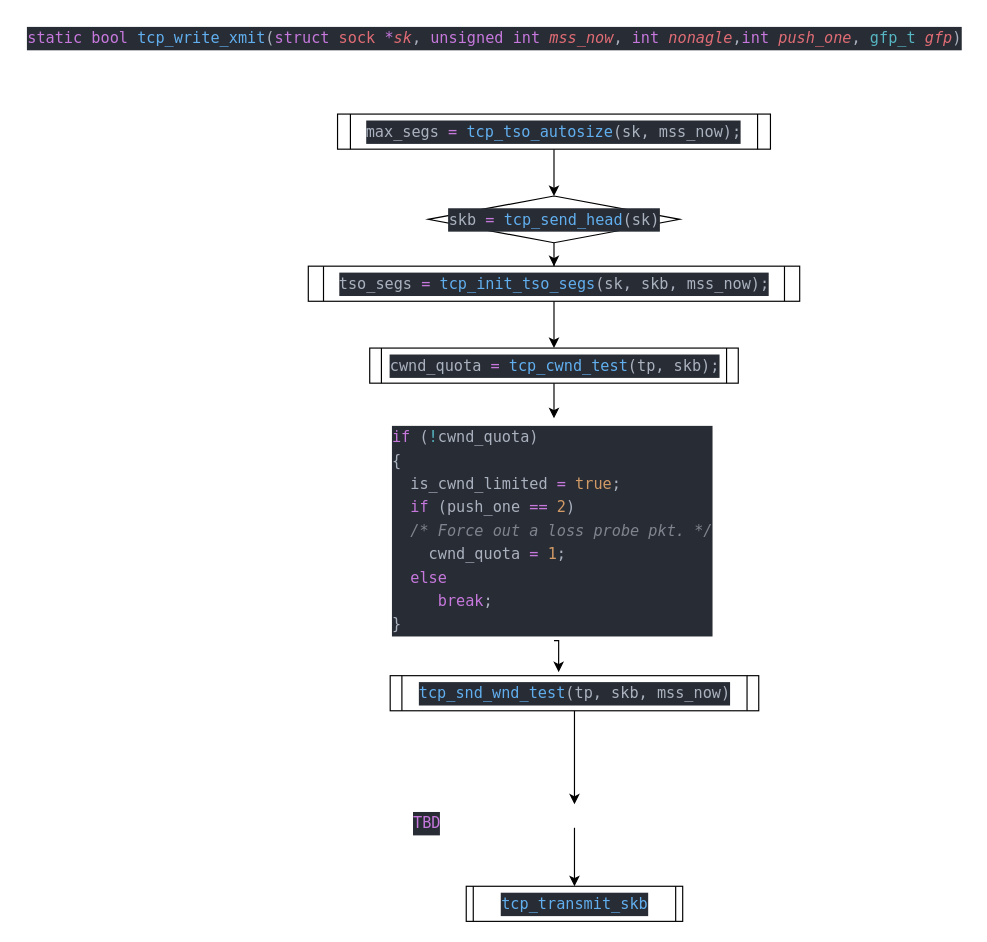
The draw.io diagram annotation/network/tcp/tcp_write_xmit.drawio in ChaosXu/linux-src-annotated, before the edit. Source tidied: cells renumbered, new cells numbered last; positions are measured from the earlier drawing's top-left corner, leaving out a move shared by most shapes. Both pictures are drawn from the tidied source at 117%, with x=0, y=0 at pixel (20, 20).
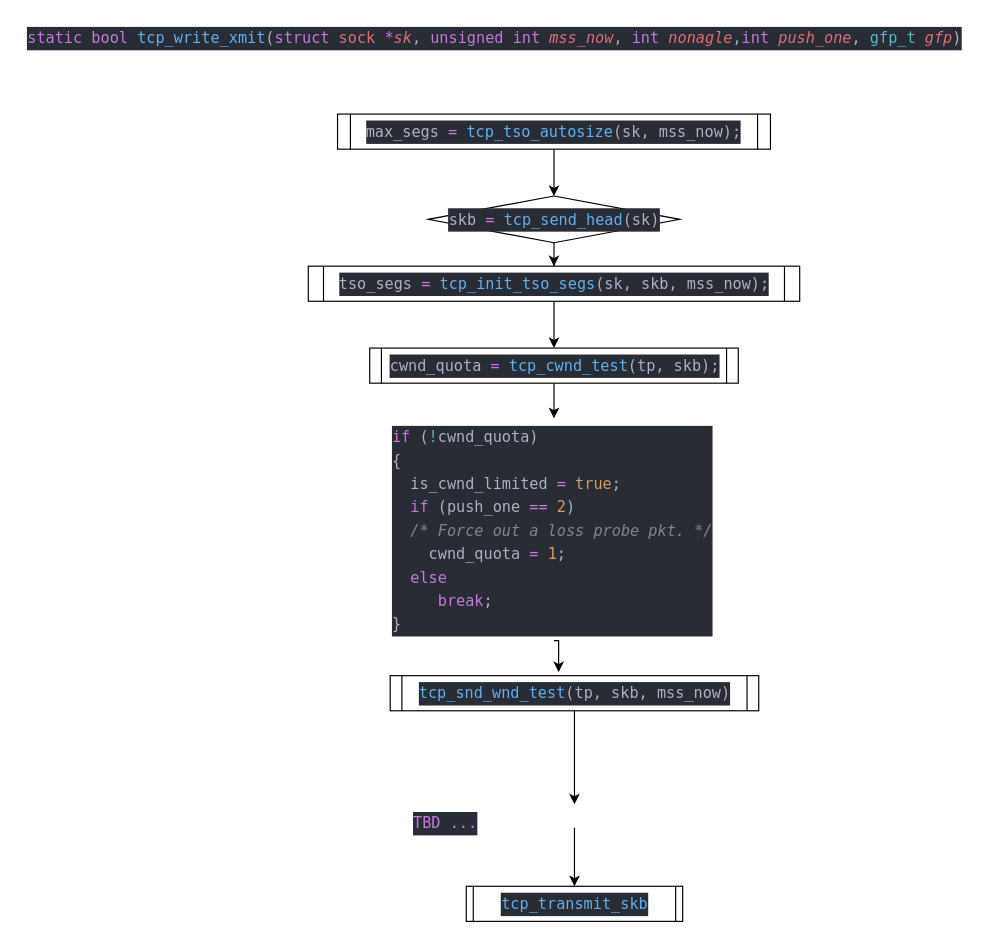
After the change.

Commit message (it also covers changes not shown here):
add:ip_queue_xmit

Change to the diagram source:
```diff
@@
 <mxGraphModel>
   <root>
     <mxCell id="0" />
     <mxCell id="1" parent="0" />
     <mxCell id="2" value="&lt;div style=&quot;color: rgb(171 , 178 , 191) ; background-color: rgb(40 , 44 , 52) ; font-family: &amp;#34;monaco&amp;#34; , &amp;#34;menlo&amp;#34; , &amp;#34;monaco&amp;#34; , &amp;#34;courier new&amp;#34; , monospace ; font-size: 13px ; line-height: 20px&quot;&gt;&lt;div&gt;&lt;span style=&quot;color: #c678dd&quot;&gt;static&lt;/span&gt; &lt;span style=&quot;color: #c678dd&quot;&gt;bool&lt;/span&gt; &lt;span style=&quot;color: #61afef&quot;&gt;tcp_write_xmit&lt;/span&gt;(&lt;span style=&quot;color: #c678dd&quot;&gt;struct&lt;/span&gt;&lt;span style=&quot;color: #e06c75&quot;&gt; sock &lt;/span&gt;&lt;span style=&quot;color: #c678dd&quot;&gt;*&lt;/span&gt;&lt;span style=&quot;color: #e06c75 ; font-style: italic&quot;&gt;sk&lt;/span&gt;,&lt;span style=&quot;color: #e06c75&quot;&gt; &lt;/span&gt;&lt;span style=&quot;color: #c678dd&quot;&gt;unsigned&lt;/span&gt;&lt;span style=&quot;color: #e06c75&quot;&gt; &lt;/span&gt;&lt;span style=&quot;color: #c678dd&quot;&gt;int&lt;/span&gt;&lt;span style=&quot;color: #e06c75&quot;&gt; &lt;/span&gt;&lt;span style=&quot;color: #e06c75 ; font-style: italic&quot;&gt;mss_now&lt;/span&gt;,&lt;span style=&quot;color: #e06c75&quot;&gt; &lt;/span&gt;&lt;span style=&quot;color: #c678dd&quot;&gt;int&lt;/span&gt;&lt;span style=&quot;color: #e06c75&quot;&gt; &lt;/span&gt;&lt;span style=&quot;color: #e06c75 ; font-style: italic&quot;&gt;nonagle&lt;/span&gt;,&lt;span style=&quot;color: rgb(198 , 120 , 221)&quot;&gt;int&lt;/span&gt;&lt;span style=&quot;color: rgb(224 , 108 , 117)&quot;&gt; &lt;/span&gt;&lt;span style=&quot;color: rgb(224 , 108 , 117) ; font-style: italic&quot;&gt;push_one&lt;/span&gt;,&lt;span style=&quot;color: rgb(224 , 108 , 117)&quot;&gt; &lt;/span&gt;&lt;span style=&quot;color: rgb(86 , 182 , 194)&quot;&gt;gfp_t&lt;/span&gt;&lt;span style=&quot;color: rgb(224 , 108 , 117)&quot;&gt; &lt;/span&gt;&lt;span style=&quot;color: rgb(224 , 108 , 117) ; font-style: italic&quot;&gt;gfp&lt;/span&gt;)&lt;/div&gt;&lt;/div&gt;" style="text;html=1;align=center;verticalAlign=middle;" parent="1" vertex="1">
       <mxGeometry width="810" height="30" as="geometry" />
     </mxCell>
     <mxCell id="3" style="edgeStyle=orthogonalEdgeStyle;rounded=0;jettySize=auto;html=1;exitX=0.5;exitY=1;exitDx=0;exitDy=0;" parent="1" edge="1" source="4" target="6">
       <mxGeometry relative="1" as="geometry" />
     </mxCell>
     <mxCell id="4" value="&lt;div style=&quot;color: rgb(171 , 178 , 191) ; background-color: rgb(40 , 44 , 52) ; font-family: &amp;#34;monaco&amp;#34; , &amp;#34;menlo&amp;#34; , &amp;#34;monaco&amp;#34; , &amp;#34;courier new&amp;#34; , monospace ; font-size: 13px ; line-height: 20px&quot;&gt;max_segs &lt;span style=&quot;color: #c678dd&quot;&gt;=&lt;/span&gt; &lt;span style=&quot;color: #61afef&quot;&gt;tcp_tso_autosize&lt;/span&gt;(sk, mss_now);&lt;/div&gt;" style="shape=process;whiteSpace=wrap;html=1;backgroundOutline=1;size=0.030303030303030304;" parent="1" vertex="1">
       <mxGeometry x="271" y="80" width="370" height="30" as="geometry" />
     </mxCell>
     <mxCell id="5" style="edgeStyle=orthogonalEdgeStyle;rounded=0;jettySize=auto;html=1;exitX=0.5;exitY=1;exitDx=0;exitDy=0;" parent="1" edge="1" source="6" target="8">
       <mxGeometry relative="1" as="geometry" />
     </mxCell>
     <mxCell id="6" value="&lt;div style=&quot;color: rgb(171 , 178 , 191) ; background-color: rgb(40 , 44 , 52) ; font-family: &amp;#34;monaco&amp;#34; , &amp;#34;menlo&amp;#34; , &amp;#34;monaco&amp;#34; , &amp;#34;courier new&amp;#34; , monospace ; font-size: 13px ; line-height: 20px&quot;&gt;skb &lt;span style=&quot;color: #c678dd&quot;&gt;=&lt;/span&gt; &lt;span style=&quot;color: #61afef&quot;&gt;tcp_send_head&lt;/span&gt;(sk)&lt;/div&gt;" style="rhombus;whiteSpace=wrap;html=1;" parent="1" vertex="1">
       <mxGeometry x="348.5" y="150" width="215" height="40" as="geometry" />
     </mxCell>
     <mxCell id="7" style="edgeStyle=orthogonalEdgeStyle;rounded=0;jettySize=auto;html=1;exitX=0.5;exitY=1;exitDx=0;exitDy=0;entryX=0.5;entryY=0;entryDx=0;entryDy=0;" parent="1" edge="1" source="8" target="10">
       <mxGeometry relative="1" as="geometry" />
     </mxCell>
     <mxCell id="8" value="&lt;div style=&quot;color: rgb(171 , 178 , 191) ; background-color: rgb(40 , 44 , 52) ; font-family: &amp;#34;monaco&amp;#34; , &amp;#34;menlo&amp;#34; , &amp;#34;monaco&amp;#34; , &amp;#34;courier new&amp;#34; , monospace ; font-size: 13px ; line-height: 20px&quot;&gt;&lt;div style=&quot;font-family: &amp;#34;monaco&amp;#34; , &amp;#34;menlo&amp;#34; , &amp;#34;monaco&amp;#34; , &amp;#34;courier new&amp;#34; , monospace ; line-height: 20px&quot;&gt;tso_segs &lt;span style=&quot;color: #c678dd&quot;&gt;=&lt;/span&gt; &lt;span style=&quot;color: #61afef&quot;&gt;tcp_init_tso_segs&lt;/span&gt;(sk, skb, mss_now);&lt;/div&gt;&lt;/div&gt;" style="shape=process;whiteSpace=wrap;html=1;backgroundOutline=1;size=0.030303030303030304;" parent="1" vertex="1">
       <mxGeometry x="246" y="210" width="420" height="30" as="geometry" />
     </mxCell>
     <mxCell id="9" style="edgeStyle=orthogonalEdgeStyle;rounded=0;jettySize=auto;html=1;exitX=0.5;exitY=1;exitDx=0;exitDy=0;" parent="1" edge="1" source="10" target="12">
       <mxGeometry relative="1" as="geometry" />
     </mxCell>
     <mxCell id="10" value="&lt;div style=&quot;color: rgb(171 , 178 , 191) ; background-color: rgb(40 , 44 , 52) ; font-family: &amp;#34;monaco&amp;#34; , &amp;#34;menlo&amp;#34; , &amp;#34;monaco&amp;#34; , &amp;#34;courier new&amp;#34; , monospace ; font-size: 13px ; line-height: 20px&quot;&gt;&lt;div style=&quot;font-family: &amp;#34;monaco&amp;#34; , &amp;#34;menlo&amp;#34; , &amp;#34;monaco&amp;#34; , &amp;#34;courier new&amp;#34; , monospace ; line-height: 20px&quot;&gt;&lt;div style=&quot;font-family: &amp;#34;monaco&amp;#34; , &amp;#34;menlo&amp;#34; , &amp;#34;monaco&amp;#34; , &amp;#34;courier new&amp;#34; , monospace ; line-height: 20px&quot;&gt;cwnd_quota &lt;span style=&quot;color: #c678dd&quot;&gt;=&lt;/span&gt; &lt;span style=&quot;color: #61afef&quot;&gt;tcp_cwnd_test&lt;/span&gt;(tp, skb);&lt;/div&gt;&lt;/div&gt;&lt;/div&gt;" style="shape=process;whiteSpace=wrap;html=1;backgroundOutline=1;size=0.030303030303030304;" parent="1" vertex="1">
       <mxGeometry x="298.5" y="280" width="315" height="30" as="geometry" />
     </mxCell>
     <mxCell id="11" style="edgeStyle=orthogonalEdgeStyle;rounded=0;jettySize=auto;html=1;exitX=0.5;exitY=1;exitDx=0;exitDy=0;entryX=0.457;entryY=-0.1;entryDx=0;entryDy=0;entryPerimeter=0;" parent="1" edge="1" source="12" target="14">
       <mxGeometry relative="1" as="geometry" />
     </mxCell>
     <mxCell id="12" value="&lt;div style=&quot;color: rgb(171 , 178 , 191) ; background-color: rgb(40 , 44 , 52) ; font-family: &amp;#34;monaco&amp;#34; , &amp;#34;menlo&amp;#34; , &amp;#34;monaco&amp;#34; , &amp;#34;courier new&amp;#34; , monospace ; font-weight: normal ; font-size: 13px ; line-height: 20px&quot;&gt;&lt;div&gt;&lt;span style=&quot;color: #c678dd&quot;&gt;if&lt;/span&gt;&lt;span style=&quot;color: #abb2bf&quot;&gt; (&lt;/span&gt;&lt;span style=&quot;color: #56b6c2&quot;&gt;!&lt;/span&gt;&lt;span style=&quot;color: #abb2bf&quot;&gt;cwnd_quota)&lt;/span&gt;&lt;/div&gt;&lt;div&gt;&lt;span style=&quot;color: #abb2bf&quot;&gt;        {&lt;/span&gt;&lt;/div&gt;&lt;div&gt;&lt;span style=&quot;color: #abb2bf&quot;&gt;&amp;nbsp; is_cwnd_limited &lt;/span&gt;&lt;span style=&quot;color: #c678dd&quot;&gt;=&lt;/span&gt;&lt;span style=&quot;color: #abb2bf&quot;&gt; &lt;/span&gt;&lt;span style=&quot;color: #d19a66&quot;&gt;true&lt;/span&gt;&lt;span style=&quot;color: #abb2bf&quot;&gt;;&lt;/span&gt;&lt;/div&gt;&lt;div&gt;&lt;span style=&quot;color: #abb2bf&quot;&gt;&lt;/span&gt;&lt;span style=&quot;color: #c678dd&quot;&gt;&amp;nbsp; if&lt;/span&gt;&lt;span style=&quot;color: #abb2bf&quot;&gt; (push_one &lt;/span&gt;&lt;span style=&quot;color: #c678dd&quot;&gt;==&lt;/span&gt;&lt;span style=&quot;color: #abb2bf&quot;&gt; &lt;/span&gt;&lt;span style=&quot;color: #d19a66&quot;&gt;2&lt;/span&gt;&lt;span style=&quot;color: #abb2bf&quot;&gt;)&lt;/span&gt;&lt;/div&gt;&lt;div&gt;&lt;span style=&quot;color: #abb2bf&quot;&gt;&lt;/span&gt;&lt;span style=&quot;color: #7f848e ; font-style: italic&quot;&gt;&amp;nbsp; /* Force out a loss probe pkt. */&lt;/span&gt;&lt;/div&gt;&lt;div&gt;&lt;span style=&quot;color: #abb2bf&quot;&gt;&amp;nbsp; &amp;nbsp; cwnd_quota &lt;/span&gt;&lt;span style=&quot;color: #c678dd&quot;&gt;=&lt;/span&gt;&lt;span style=&quot;color: #abb2bf&quot;&gt; &lt;/span&gt;&lt;span style=&quot;color: #d19a66&quot;&gt;1&lt;/span&gt;&lt;span style=&quot;color: #abb2bf&quot;&gt;;&lt;/span&gt;&lt;/div&gt;&lt;div&gt;&lt;span style=&quot;color: #abb2bf&quot;&gt;&lt;/span&gt;&lt;span style=&quot;color: #c678dd&quot;&gt;&amp;nbsp; else&lt;/span&gt;&lt;/div&gt;&lt;div&gt;&lt;span style=&quot;color: #abb2bf&quot;&gt;&lt;/span&gt;&lt;span style=&quot;color: #c678dd&quot;&gt;&amp;nbsp; &amp;nbsp; &amp;nbsp;break&lt;/span&gt;&lt;span style=&quot;color: #abb2bf&quot;&gt;;&lt;/span&gt;&lt;/div&gt;&lt;div&gt;&lt;span style=&quot;color: #abb2bf&quot;&gt;        }&lt;/span&gt;&lt;/div&gt;&lt;/div&gt;" style="text;whiteSpace=wrap;html=1;" parent="1" vertex="1">
       <mxGeometry x="316" y="340" width="280" height="190" as="geometry" />
     </mxCell>
     <mxCell id="13" style="edgeStyle=orthogonalEdgeStyle;rounded=0;jettySize=auto;html=1;exitX=0.5;exitY=1;exitDx=0;exitDy=0;" parent="1" edge="1" source="14" target="16">
       <mxGeometry relative="1" as="geometry" />
     </mxCell>
     <mxCell id="14" value="&lt;div style=&quot;color: rgb(171 , 178 , 191) ; background-color: rgb(40 , 44 , 52) ; font-family: &amp;#34;monaco&amp;#34; , &amp;#34;menlo&amp;#34; , &amp;#34;monaco&amp;#34; , &amp;#34;courier new&amp;#34; , monospace ; font-size: 13px ; line-height: 20px&quot;&gt;&lt;div style=&quot;font-family: &amp;#34;monaco&amp;#34; , &amp;#34;menlo&amp;#34; , &amp;#34;monaco&amp;#34; , &amp;#34;courier new&amp;#34; , monospace ; line-height: 20px&quot;&gt;&lt;div style=&quot;font-family: &amp;#34;monaco&amp;#34; , &amp;#34;menlo&amp;#34; , &amp;#34;monaco&amp;#34; , &amp;#34;courier new&amp;#34; , monospace ; line-height: 20px&quot;&gt;&lt;div style=&quot;font-family: &amp;#34;monaco&amp;#34; , &amp;#34;menlo&amp;#34; , &amp;#34;monaco&amp;#34; , &amp;#34;courier new&amp;#34; , monospace ; line-height: 20px&quot;&gt;&lt;span style=&quot;color: #61afef&quot;&gt;tcp_snd_wnd_test&lt;/span&gt;(tp, skb, mss_now)&lt;/div&gt;&lt;/div&gt;&lt;/div&gt;&lt;/div&gt;" style="shape=process;whiteSpace=wrap;html=1;backgroundOutline=1;size=0.030303030303030304;" parent="1" vertex="1">
       <mxGeometry x="316" y="560" width="315" height="30" as="geometry" />
     </mxCell>
     <mxCell id="15" style="edgeStyle=orthogonalEdgeStyle;rounded=0;jettySize=auto;html=1;exitX=0.5;exitY=1;exitDx=0;exitDy=0;entryX=0.5;entryY=0;entryDx=0;entryDy=0;" parent="1" edge="1" source="16" target="17">
       <mxGeometry relative="1" as="geometry" />
     </mxCell>
-    <mxCell id="16" value="&lt;div style=&quot;background-color: rgb(40 , 44 , 52) ; font-family: &amp;#34;monaco&amp;#34; , &amp;#34;menlo&amp;#34; , &amp;#34;monaco&amp;#34; , &amp;#34;courier new&amp;#34; , monospace ; font-weight: normal ; font-size: 13px ; line-height: 20px&quot;&gt;&lt;div&gt;&lt;font color=&quot;#c678dd&quot;&gt;TBD&lt;/font&gt;&lt;/div&gt;&lt;/div&gt;" style="text;whiteSpace=wrap;html=1;" parent="1" vertex="1">
+    <mxCell id="16" value="&lt;div style=&quot;background-color: rgb(40 , 44 , 52) ; font-family: &amp;#34;monaco&amp;#34; , &amp;#34;menlo&amp;#34; , &amp;#34;monaco&amp;#34; , &amp;#34;courier new&amp;#34; , monospace ; font-weight: normal ; font-size: 13px ; line-height: 20px&quot;&gt;&lt;font color=&quot;#c678dd&quot;&gt;TBD ...&lt;/font&gt;&lt;/div&gt;" style="text;whiteSpace=wrap;html=1;" parent="1" vertex="1">
       <mxGeometry x="333.5" y="670" width="280" height="20" as="geometry" />
     </mxCell>
     <mxCell id="17" value="&lt;div style=&quot;color: rgb(171 , 178 , 191) ; background-color: rgb(40 , 44 , 52) ; font-family: &amp;#34;monaco&amp;#34; , &amp;#34;menlo&amp;#34; , &amp;#34;monaco&amp;#34; , &amp;#34;courier new&amp;#34; , monospace ; font-size: 13px ; line-height: 20px&quot;&gt;&lt;div style=&quot;font-family: &amp;#34;monaco&amp;#34; , &amp;#34;menlo&amp;#34; , &amp;#34;monaco&amp;#34; , &amp;#34;courier new&amp;#34; , monospace ; line-height: 20px&quot;&gt;&lt;div style=&quot;font-family: &amp;#34;monaco&amp;#34; , &amp;#34;menlo&amp;#34; , &amp;#34;monaco&amp;#34; , &amp;#34;courier new&amp;#34; , monospace ; line-height: 20px&quot;&gt;&lt;div style=&quot;font-family: &amp;#34;monaco&amp;#34; , &amp;#34;menlo&amp;#34; , &amp;#34;monaco&amp;#34; , &amp;#34;courier new&amp;#34; , monospace ; line-height: 20px&quot;&gt;&lt;div style=&quot;font-family: &amp;#34;monaco&amp;#34; , &amp;#34;menlo&amp;#34; , &amp;#34;monaco&amp;#34; , &amp;#34;courier new&amp;#34; , monospace ; line-height: 20px&quot;&gt;&lt;span style=&quot;color: #61afef&quot;&gt;tcp_transmit_skb&lt;/span&gt;&lt;/div&gt;&lt;/div&gt;&lt;/div&gt;&lt;/div&gt;&lt;/div&gt;" style="shape=process;whiteSpace=wrap;html=1;backgroundOutline=1;size=0.030303030303030304;" parent="1" vertex="1">
       <mxGeometry x="381" y="740" width="185" height="30" as="geometry" />
     </mxCell>
   </root>
 </mxGraphModel>
```
